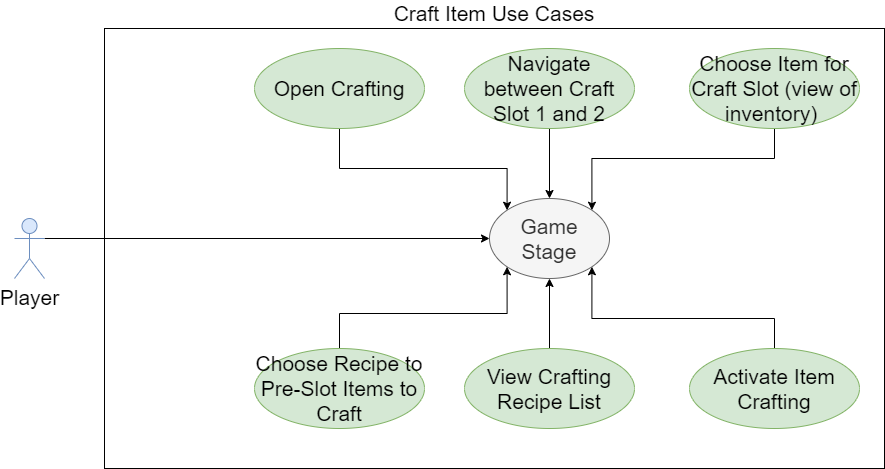
This is docs/images/craft_item_use_cases.png from gaudeon/interstice_fall_of_atlas, a draw.io export, as it was before one commit. Source tidied: cells renumbered, new cells last; positions are measured from the earlier drawing's top-left corner, leaving out a move shared by most shapes. Source of this version:
```xml
<mxGraphModel>
  <root>
    <mxCell id="0" />
    <mxCell id="1" parent="0" />
    <mxCell id="2" value="Craft Item Use Cases" style="rounded=0;whiteSpace=wrap;html=1;labelPosition=center;verticalLabelPosition=top;align=center;verticalAlign=bottom;fontSize=21;" parent="1" vertex="1">
      <mxGeometry x="90" width="780" height="440" as="geometry" />
    </mxCell>
    <mxCell id="3" style="edgeStyle=orthogonalEdgeStyle;rounded=0;jettySize=auto;html=1;exitX=1;exitY=0.3333333333333333;exitDx=0;exitDy=0;exitPerimeter=0;entryX=0;entryY=0.5;entryDx=0;entryDy=0;fontSize=21;" parent="1" edge="1" source="4" target="5">
      <mxGeometry relative="1" as="geometry" />
    </mxCell>
    <mxCell id="4" value="Player" style="shape=umlActor;verticalLabelPosition=bottom;verticalAlign=top;html=1;fontSize=21;fillColor=#dae8fc;strokeColor=#6c8ebf;" parent="1" vertex="1">
      <mxGeometry y="190" width="30" height="60" as="geometry" />
    </mxCell>
    <mxCell id="5" value="Game&lt;br&gt;Stage" style="ellipse;whiteSpace=wrap;html=1;fontSize=21;fillColor=#f5f5f5;strokeColor=#666666;fontColor=#333333;" parent="1" vertex="1">
      <mxGeometry x="475" y="170" width="120" height="80" as="geometry" />
    </mxCell>
    <mxCell id="6" style="edgeStyle=orthogonalEdgeStyle;rounded=0;jettySize=auto;html=1;exitX=0.5;exitY=1;exitDx=0;exitDy=0;entryX=0.5;entryY=0;entryDx=0;entryDy=0;fontSize=21;" parent="1" edge="1" source="7" target="5">
      <mxGeometry relative="1" as="geometry" />
    </mxCell>
    <mxCell id="7" value="Navigate between Craft Slot 1 and 2" style="ellipse;whiteSpace=wrap;html=1;fontSize=21;fillColor=#d5e8d4;strokeColor=#82b366;" parent="1" vertex="1">
      <mxGeometry x="450" y="20" width="170" height="80" as="geometry" />
    </mxCell>
    <mxCell id="8" style="edgeStyle=orthogonalEdgeStyle;rounded=0;jettySize=auto;html=1;exitX=0.5;exitY=0;exitDx=0;exitDy=0;entryX=1;entryY=1;entryDx=0;entryDy=0;fontSize=21;" parent="1" edge="1" source="9" target="5">
      <mxGeometry relative="1" as="geometry">
        <Array as="points">
          <mxPoint x="760" y="290" />
          <mxPoint x="577" y="290" />
        </Array>
      </mxGeometry>
    </mxCell>
    <mxCell id="9" value="&lt;span&gt;Activate Item Crafting&lt;/span&gt;" style="ellipse;whiteSpace=wrap;html=1;fontSize=21;fillColor=#d5e8d4;strokeColor=#82b366;" parent="1" vertex="1">
      <mxGeometry x="675" y="320" width="170" height="80" as="geometry" />
    </mxCell>
    <mxCell id="10" style="edgeStyle=orthogonalEdgeStyle;rounded=0;jettySize=auto;html=1;exitX=0.5;exitY=1;exitDx=0;exitDy=0;entryX=1;entryY=0;entryDx=0;entryDy=0;fontSize=21;" parent="1" edge="1" source="11" target="5">
      <mxGeometry relative="1" as="geometry">
        <Array as="points">
          <mxPoint x="760" y="130" />
          <mxPoint x="577" y="130" />
        </Array>
      </mxGeometry>
    </mxCell>
    <mxCell id="11" value="Choose Item for Craft Slot (view of inventory)&amp;nbsp;" style="ellipse;whiteSpace=wrap;html=1;fontSize=21;fillColor=#d5e8d4;strokeColor=#82b366;" parent="1" vertex="1">
      <mxGeometry x="675" y="20" width="170" height="80" as="geometry" />
    </mxCell>
    <mxCell id="12" style="edgeStyle=orthogonalEdgeStyle;rounded=0;jettySize=auto;html=1;exitX=0.5;exitY=0;exitDx=0;exitDy=0;entryX=0.5;entryY=1;entryDx=0;entryDy=0;fontSize=21;" parent="1" edge="1" source="13" target="5">
      <mxGeometry relative="1" as="geometry" />
    </mxCell>
    <mxCell id="13" value="&lt;span&gt;View Crafting Recipe List&lt;/span&gt;" style="ellipse;whiteSpace=wrap;html=1;fontSize=21;fillColor=#d5e8d4;strokeColor=#82b366;" parent="1" vertex="1">
      <mxGeometry x="450" y="320" width="170" height="80" as="geometry" />
    </mxCell>
    <mxCell id="14" style="edgeStyle=orthogonalEdgeStyle;rounded=0;jettySize=auto;html=1;exitX=0.5;exitY=1;exitDx=0;exitDy=0;entryX=0;entryY=0;entryDx=0;entryDy=0;fontSize=21;" parent="1" edge="1" source="15" target="5">
      <mxGeometry relative="1" as="geometry">
        <Array as="points">
          <mxPoint x="325" y="140" />
          <mxPoint x="493" y="140" />
        </Array>
      </mxGeometry>
    </mxCell>
    <mxCell id="15" value="Open Crafting" style="ellipse;whiteSpace=wrap;html=1;fontSize=21;fillColor=#d5e8d4;strokeColor=#82b366;" parent="1" vertex="1">
      <mxGeometry x="240" y="20" width="170" height="80" as="geometry" />
    </mxCell>
    <mxCell id="16" style="edgeStyle=orthogonalEdgeStyle;rounded=0;jettySize=auto;html=1;exitX=0.5;exitY=0;exitDx=0;exitDy=0;entryX=0;entryY=1;entryDx=0;entryDy=0;fontSize=21;" parent="1" edge="1" source="17" target="5">
      <mxGeometry relative="1" as="geometry" />
    </mxCell>
    <mxCell id="17" value="&lt;span&gt;Choose Recipe to Pre-Slot Items to Craft&lt;/span&gt;" style="ellipse;whiteSpace=wrap;html=1;fontSize=21;fillColor=#d5e8d4;strokeColor=#82b366;" parent="1" vertex="1">
      <mxGeometry x="240" y="320" width="170" height="80" as="geometry" />
    </mxCell>
  </root>
</mxGraphModel>
```
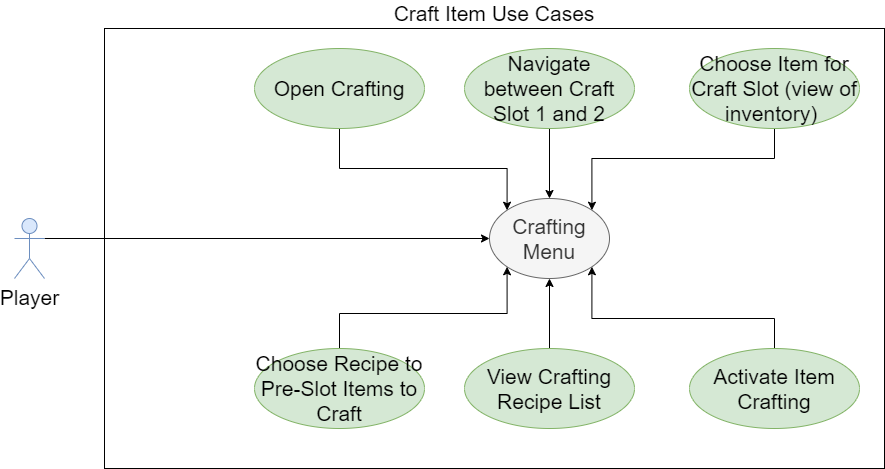
Above is the later version.

Commit message:
added craft items use cases and updated a couple other use cases with a minor change

Diff of the diagram source:
```diff
@@ -11,7 +11,7 @@
     <mxCell id="4" value="Player" style="shape=umlActor;verticalLabelPosition=bottom;verticalAlign=top;html=1;fontSize=21;fillColor=#dae8fc;strokeColor=#6c8ebf;" parent="1" vertex="1">
       <mxGeometry y="190" width="30" height="60" as="geometry" />
     </mxCell>
-    <mxCell id="5" value="Game&lt;br&gt;Stage" style="ellipse;whiteSpace=wrap;html=1;fontSize=21;fillColor=#f5f5f5;strokeColor=#666666;fontColor=#333333;" parent="1" vertex="1">
+    <mxCell id="5" value="Crafting&lt;br&gt;Menu" style="ellipse;whiteSpace=wrap;html=1;fontSize=21;fillColor=#f5f5f5;strokeColor=#666666;fontColor=#333333;" parent="1" vertex="1">
       <mxGeometry x="475" y="170" width="120" height="80" as="geometry" />
     </mxCell>
     <mxCell id="6" style="edgeStyle=orthogonalEdgeStyle;rounded=0;jettySize=auto;html=1;exitX=0.5;exitY=1;exitDx=0;exitDy=0;entryX=0.5;entryY=0;entryDx=0;entryDy=0;fontSize=21;" parent="1" edge="1" source="7" target="5">
```
